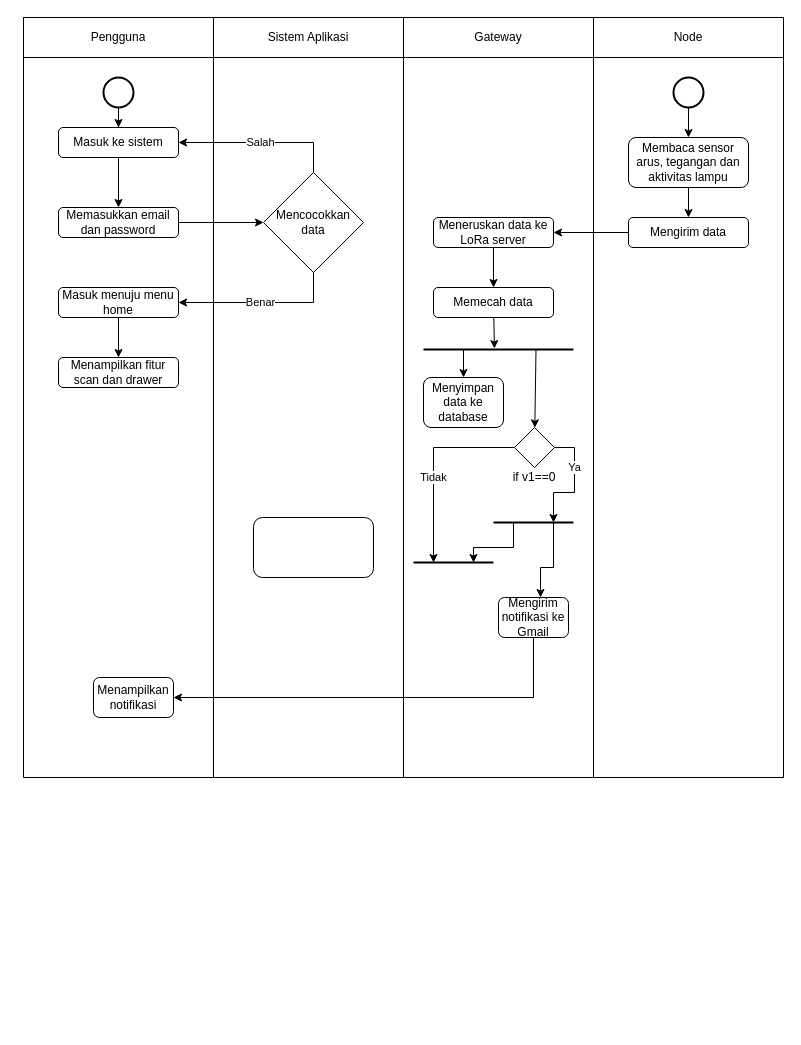
Above: page "activity diagram" (5 of 5) of Untitled Diagram.drawio in titisnadela/MyPanel (draw.io), before the change. Source tidied: cells renumbered, new cells numbered last; positions are measured from the earlier drawing's top-left corner, leaving out a move shared by most shapes. Both pictures are drawn from the tidied source at 100%, with x=0, y=0 at pixel (23, 17).
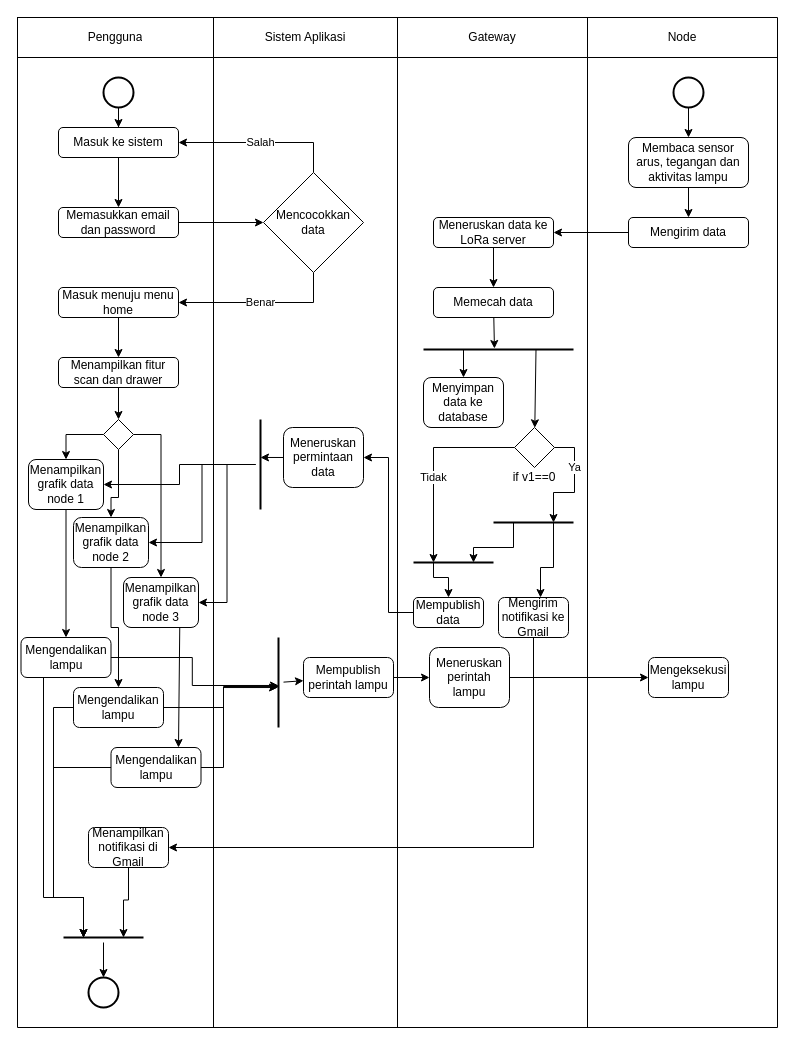
The same page after the edit.

Unchanged cells that the change refers to:
```xml
<mxCell id="3" style="shape=partialRectangle;html=1;whiteSpace=wrap;fillColor=none;top=0;left=0;bottom=0;right=0;" parent="2" vertex="1">
  <mxGeometry width="760" height="40" as="geometry" />
</mxCell>
<mxCell id="24" value="Menampilkan fitur scan dan drawer" style="rounded=1;whiteSpace=wrap;html=1;" parent="1" vertex="1">
  <mxGeometry x="35" y="340" width="120" height="30" as="geometry" />
</mxCell>
```

What changed in the source:
```diff
@@
     <mxCell id="2" style="shape=table;html=1;whiteSpace=wrap;startSize=0;childLayout=tableLayout;" parent="1" vertex="1">
-      <mxGeometry width="760" height="760" as="geometry" />
+      <mxGeometry x="-6" width="760" height="1010" as="geometry" />
     </mxCell>
@@
     <mxCell id="4" value="Pengguna" style="shape=partialRectangle;html=1;whiteSpace=wrap;overflow=hidden;fillColor=none;top=0;left=0;bottom=0;right=0;" parent="3" vertex="1">
-      <mxGeometry width="190" height="40" as="geometry" />
+      <mxGeometry width="196" height="40" as="geometry" />
     </mxCell>
     <mxCell id="5" value="Sistem Aplikasi" style="shape=partialRectangle;html=1;whiteSpace=wrap;overflow=hidden;fillColor=none;top=0;left=0;bottom=0;right=0;" parent="3" vertex="1">
-      <mxGeometry x="190" width="190" height="40" as="geometry" />
+      <mxGeometry x="196" width="184" height="40" as="geometry" />
     </mxCell>
@@
     <mxCell id="8" style="shape=partialRectangle;html=1;whiteSpace=wrap;fillColor=none;top=0;left=0;bottom=0;right=0;" parent="2" vertex="1">
-      <mxGeometry y="40" width="760" height="720" as="geometry" />
+      <mxGeometry y="40" width="760" height="970" as="geometry" />
     </mxCell>
     <mxCell id="9" style="shape=partialRectangle;html=1;whiteSpace=wrap;overflow=hidden;fillColor=none;top=0;left=0;bottom=0;right=0;" parent="8" vertex="1">
-      <mxGeometry width="190" height="720" as="geometry" />
+      <mxGeometry width="196" height="970" as="geometry" />
     </mxCell>
     <mxCell id="10" style="shape=partialRectangle;html=1;whiteSpace=wrap;overflow=hidden;fillColor=none;top=0;left=0;bottom=0;right=0;" parent="8" vertex="1">
-      <mxGeometry x="190" width="190" height="720" as="geometry" />
+      <mxGeometry x="196" width="184" height="970" as="geometry" />
     </mxCell>
     <mxCell id="11" style="shape=partialRectangle;html=1;whiteSpace=wrap;overflow=hidden;fillColor=none;top=0;left=0;bottom=0;right=0;" parent="8" vertex="1">
-      <mxGeometry x="380" width="190" height="720" as="geometry" />
+      <mxGeometry x="380" width="190" height="970" as="geometry" />
     </mxCell>
     <mxCell id="12" style="shape=partialRectangle;html=1;whiteSpace=wrap;overflow=hidden;fillColor=none;top=0;left=0;bottom=0;right=0;" parent="8" vertex="1">
-      <mxGeometry x="570" width="190" height="720" as="geometry" />
+      <mxGeometry x="570" width="190" height="970" as="geometry" />
     </mxCell>
@@
+    <mxCell id="51" style="edgeStyle=none;rounded=0;jettySize=auto;html=1;entryX=0.5;entryY=0;entryDx=0;entryDy=0;" parent="1" edge="1" source="24" target="66">
+      <mxGeometry relative="1" as="geometry" />
+    </mxCell>
@@
+    <mxCell id="52" style="rounded=0;jettySize=auto;html=1;exitX=0.25;exitY=0.5;exitDx=0;exitDy=0;exitPerimeter=0;edgeStyle=orthogonalEdgeStyle;" parent="1" edge="1" source="46" target="50">
+      <mxGeometry relative="1" as="geometry">
+        <Array as="points">
+          <mxPoint x="410" y="560" />
+          <mxPoint x="425" y="560" />
+        </Array>
+      </mxGeometry>
+    </mxCell>
     <mxCell id="46" style="line;strokeWidth=2;html=1;" parent="1" vertex="1">
-      <mxGeometry x="390" y="540" width="80" height="10" as="geometry" />
+      <mxGeometry x="390" y="530" width="80" height="30" as="geometry" />
     </mxCell>
@@
+    <mxCell id="53" style="edgeStyle=orthogonalEdgeStyle;rounded=0;jettySize=auto;html=1;entryX=0.75;entryY=0.5;entryDx=0;entryDy=0;entryPerimeter=0;" parent="1" edge="1" source="49" target="89">
+      <mxGeometry relative="1" as="geometry" />
+    </mxCell>
-    <mxCell id="49" value="Menampilkan notifikasi" style="rounded=1;whiteSpace=wrap;html=1;" parent="1" vertex="1">
-      <mxGeometry x="70" y="660" width="80" height="40" as="geometry" />
+    <mxCell id="49" value="Menampilkan notifikasi di Gmail" style="rounded=1;whiteSpace=wrap;html=1;" parent="1" vertex="1">
+      <mxGeometry x="65" y="810" width="80" height="40" as="geometry" />
     </mxCell>
+    <mxCell id="54" style="edgeStyle=orthogonalEdgeStyle;rounded=0;jettySize=auto;html=1;entryX=1;entryY=0.5;entryDx=0;entryDy=0;" parent="1" edge="1" source="50" target="58">
+      <mxGeometry relative="1" as="geometry" />
+    </mxCell>
-    <mxCell id="50" style="rounded=1;whiteSpace=wrap;html=1;" parent="1" vertex="1">
-      <mxGeometry x="230" y="500" width="120" height="60" as="geometry" />
+    <mxCell id="50" value="Mempublish data" style="rounded=1;whiteSpace=wrap;html=1;" parent="1" vertex="1">
+      <mxGeometry x="390" y="580" width="70" height="30" as="geometry" />
     </mxCell>
+    <mxCell id="55" style="edgeStyle=orthogonalEdgeStyle;rounded=0;jettySize=auto;html=1;entryX=0;entryY=0.5;entryDx=0;entryDy=0;" parent="1" edge="1" source="56" target="73">
+      <mxGeometry relative="1" as="geometry" />
+    </mxCell>
+    <mxCell id="56" value="Meneruskan perintah lampu" style="rounded=1;whiteSpace=wrap;html=1;" parent="1" vertex="1">
+      <mxGeometry x="406" y="630" width="80" height="60" as="geometry" />
+    </mxCell>
+    <mxCell id="57" style="rounded=0;jettySize=auto;html=1;entryX=0.422;entryY=0.5;entryDx=0;entryDy=0;entryPerimeter=0;" parent="1" edge="1" source="58" target="62">
+      <mxGeometry relative="1" as="geometry" />
+    </mxCell>
+    <mxCell id="58" value="Meneruskan permintaan data" style="rounded=1;whiteSpace=wrap;html=1;" parent="1" vertex="1">
+      <mxGeometry x="260" y="410" width="80" height="60" as="geometry" />
+    </mxCell>
+    <mxCell id="59" style="edgeStyle=orthogonalEdgeStyle;rounded=0;jettySize=auto;html=1;entryX=1;entryY=0.5;entryDx=0;entryDy=0;" parent="1" edge="1" source="62" target="68">
+      <mxGeometry relative="1" as="geometry" />
+    </mxCell>
+    <mxCell id="60" style="edgeStyle=orthogonalEdgeStyle;rounded=0;jettySize=auto;html=1;entryX=1;entryY=0.5;entryDx=0;entryDy=0;" parent="1" edge="1" source="62" target="70">
+      <mxGeometry relative="1" as="geometry" />
+    </mxCell>
+    <mxCell id="61" style="edgeStyle=orthogonalEdgeStyle;rounded=0;jettySize=auto;html=1;entryX=1;entryY=0.5;entryDx=0;entryDy=0;" parent="1" edge="1" source="62" target="72">
+      <mxGeometry relative="1" as="geometry" />
+    </mxCell>
+    <mxCell id="62" style="line;strokeWidth=2;direction=south;html=1;" parent="1" vertex="1">
+      <mxGeometry x="232" y="402" width="10" height="90" as="geometry" />
+    </mxCell>
+    <mxCell id="63" style="edgeStyle=orthogonalEdgeStyle;rounded=0;jettySize=auto;html=1;entryX=0.5;entryY=0;entryDx=0;entryDy=0;exitX=0;exitY=0.5;exitDx=0;exitDy=0;" parent="1" edge="1" source="66" target="68">
+      <mxGeometry relative="1" as="geometry" />
+    </mxCell>
+    <mxCell id="64" style="rounded=0;jettySize=auto;html=1;edgeStyle=orthogonalEdgeStyle;exitX=1;exitY=0.5;exitDx=0;exitDy=0;" parent="1" edge="1" source="66" target="72">
+      <mxGeometry relative="1" as="geometry" />
+    </mxCell>
+    <mxCell id="65" style="edgeStyle=orthogonalEdgeStyle;rounded=0;jettySize=auto;html=1;entryX=0.5;entryY=0;entryDx=0;entryDy=0;" parent="1" edge="1" source="66" target="70">
+      <mxGeometry relative="1" as="geometry">
+        <Array as="points">
+          <mxPoint x="95" y="480" />
+          <mxPoint x="88" y="480" />
+        </Array>
+      </mxGeometry>
+    </mxCell>
+    <mxCell id="66" style="rhombus;whiteSpace=wrap;html=1;" parent="1" vertex="1">
+      <mxGeometry x="80" y="402" width="30" height="30" as="geometry" />
+    </mxCell>
+    <mxCell id="67" style="edgeStyle=orthogonalEdgeStyle;rounded=0;jettySize=auto;html=1;" parent="1" edge="1" source="68" target="76">
+      <mxGeometry relative="1" as="geometry" />
+    </mxCell>
+    <mxCell id="68" value="Menampilkan grafik data node 1" style="rounded=1;whiteSpace=wrap;html=1;" parent="1" vertex="1">
+      <mxGeometry x="5" y="442" width="75" height="50" as="geometry" />
+    </mxCell>
+    <mxCell id="69" style="edgeStyle=orthogonalEdgeStyle;rounded=0;jettySize=auto;html=1;entryX=0.5;entryY=0;entryDx=0;entryDy=0;" parent="1" edge="1" source="70" target="81">
+      <mxGeometry relative="1" as="geometry" />
+    </mxCell>
+    <mxCell id="70" value="Menampilkan grafik data node 2" style="rounded=1;whiteSpace=wrap;html=1;arcSize=16;" parent="1" vertex="1">
+      <mxGeometry x="50" y="500" width="75" height="50" as="geometry" />
+    </mxCell>
+    <mxCell id="71" style="rounded=0;jettySize=auto;html=1;entryX=0.75;entryY=0;entryDx=0;entryDy=0;exitX=0.75;exitY=1;exitDx=0;exitDy=0;" parent="1" edge="1" source="72" target="84">
+      <mxGeometry relative="1" as="geometry" />
+    </mxCell>
+    <mxCell id="72" value="Menampilkan grafik data node 3" style="rounded=1;whiteSpace=wrap;html=1;" parent="1" vertex="1">
+      <mxGeometry x="100" y="560" width="75" height="50" as="geometry" />
+    </mxCell>
+    <mxCell id="73" value="Mengeksekusi lampu" style="rounded=1;whiteSpace=wrap;html=1;" parent="1" vertex="1">
+      <mxGeometry x="625" y="640" width="80" height="40" as="geometry" />
+    </mxCell>
+    <mxCell id="74" style="edgeStyle=orthogonalEdgeStyle;rounded=0;jettySize=auto;html=1;entryX=0.533;entryY=0.5;entryDx=0;entryDy=0;entryPerimeter=0;" parent="1" edge="1" source="76" target="86">
+      <mxGeometry relative="1" as="geometry" />
+    </mxCell>
+    <mxCell id="75" style="edgeStyle=orthogonalEdgeStyle;rounded=0;jettySize=auto;html=1;entryX=0.25;entryY=0.5;entryDx=0;entryDy=0;entryPerimeter=0;" parent="1" edge="1" source="76" target="89">
+      <mxGeometry relative="1" as="geometry">
+        <Array as="points">
+          <mxPoint x="20" y="880" />
+          <mxPoint x="60" y="880" />
+        </Array>
+      </mxGeometry>
+    </mxCell>
+    <mxCell id="76" value="Mengendalikan lampu" style="rounded=1;whiteSpace=wrap;html=1;" parent="1" vertex="1">
+      <mxGeometry x="-2.5" y="620" width="90" height="40" as="geometry" />
+    </mxCell>
+    <mxCell id="77" style="edgeStyle=none;rounded=0;jettySize=auto;html=1;" parent="1" edge="1" source="78" target="56">
+      <mxGeometry relative="1" as="geometry" />
+    </mxCell>
+    <mxCell id="78" value="Mempublish perintah lampu" style="rounded=1;whiteSpace=wrap;html=1;" parent="1" vertex="1">
+      <mxGeometry x="280" y="640" width="90" height="40" as="geometry" />
+    </mxCell>
+    <mxCell id="79" style="edgeStyle=orthogonalEdgeStyle;rounded=0;jettySize=auto;html=1;entryX=0.544;entryY=0.4;entryDx=0;entryDy=0;entryPerimeter=0;" parent="1" edge="1" source="81" target="86">
+      <mxGeometry relative="1" as="geometry">
+        <Array as="points">
+          <mxPoint x="200" y="690" />
+          <mxPoint x="200" y="669" />
+        </Array>
+      </mxGeometry>
+    </mxCell>
+    <mxCell id="80" style="edgeStyle=orthogonalEdgeStyle;rounded=0;jettySize=auto;html=1;entryX=0.25;entryY=0.5;entryDx=0;entryDy=0;entryPerimeter=0;exitX=0;exitY=0.5;exitDx=0;exitDy=0;" parent="1" edge="1" source="81" target="89">
+      <mxGeometry relative="1" as="geometry">
+        <Array as="points">
+          <mxPoint x="30" y="690" />
+          <mxPoint x="30" y="880" />
+          <mxPoint x="60" y="880" />
+        </Array>
+      </mxGeometry>
+    </mxCell>
+    <mxCell id="81" value="Mengendalikan lampu" style="rounded=1;whiteSpace=wrap;html=1;" parent="1" vertex="1">
+      <mxGeometry x="50" y="670" width="90" height="40" as="geometry" />
+    </mxCell>
+    <mxCell id="82" style="edgeStyle=elbowEdgeStyle;rounded=0;jettySize=auto;html=1;entryX=0.556;entryY=0.6;entryDx=0;entryDy=0;entryPerimeter=0;" parent="1" edge="1" source="84" target="86">
+      <mxGeometry relative="1" as="geometry">
+        <Array as="points">
+          <mxPoint x="200" y="710" />
+          <mxPoint x="210" y="720" />
+        </Array>
+      </mxGeometry>
+    </mxCell>
+    <mxCell id="83" style="edgeStyle=orthogonalEdgeStyle;rounded=0;jettySize=auto;html=1;entryX=0.25;entryY=0.5;entryDx=0;entryDy=0;entryPerimeter=0;" parent="1" edge="1" source="84" target="89">
+      <mxGeometry relative="1" as="geometry">
+        <Array as="points">
+          <mxPoint x="30" y="750" />
+          <mxPoint x="30" y="880" />
+          <mxPoint x="60" y="880" />
+        </Array>
+      </mxGeometry>
+    </mxCell>
+    <mxCell id="84" value="Mengendalikan lampu" style="rounded=1;whiteSpace=wrap;html=1;" parent="1" vertex="1">
+      <mxGeometry x="87.5" y="730" width="90" height="40" as="geometry" />
+    </mxCell>
+    <mxCell id="85" style="edgeStyle=none;rounded=0;jettySize=auto;html=1;" parent="1" edge="1" source="86" target="78">
+      <mxGeometry relative="1" as="geometry" />
+    </mxCell>
+    <mxCell id="86" style="line;strokeWidth=2;direction=south;html=1;" parent="1" vertex="1">
+      <mxGeometry x="250" y="620" width="10" height="90" as="geometry" />
+    </mxCell>
+    <mxCell id="87" style="strokeWidth=2;html=1;shape=mxgraph.flowchart.start_2;whiteSpace=wrap;" parent="1" vertex="1">
+      <mxGeometry x="65" y="960" width="30" height="30" as="geometry" />
+    </mxCell>
+    <mxCell id="88" style="rounded=0;jettySize=auto;html=1;entryX=0.5;entryY=0;entryDx=0;entryDy=0;entryPerimeter=0;" parent="1" edge="1" source="89" target="87">
+      <mxGeometry relative="1" as="geometry" />
+    </mxCell>
+    <mxCell id="89" style="line;strokeWidth=2;html=1;" parent="1" vertex="1">
+      <mxGeometry x="40" y="915" width="80" height="10" as="geometry" />
+    </mxCell>
```
